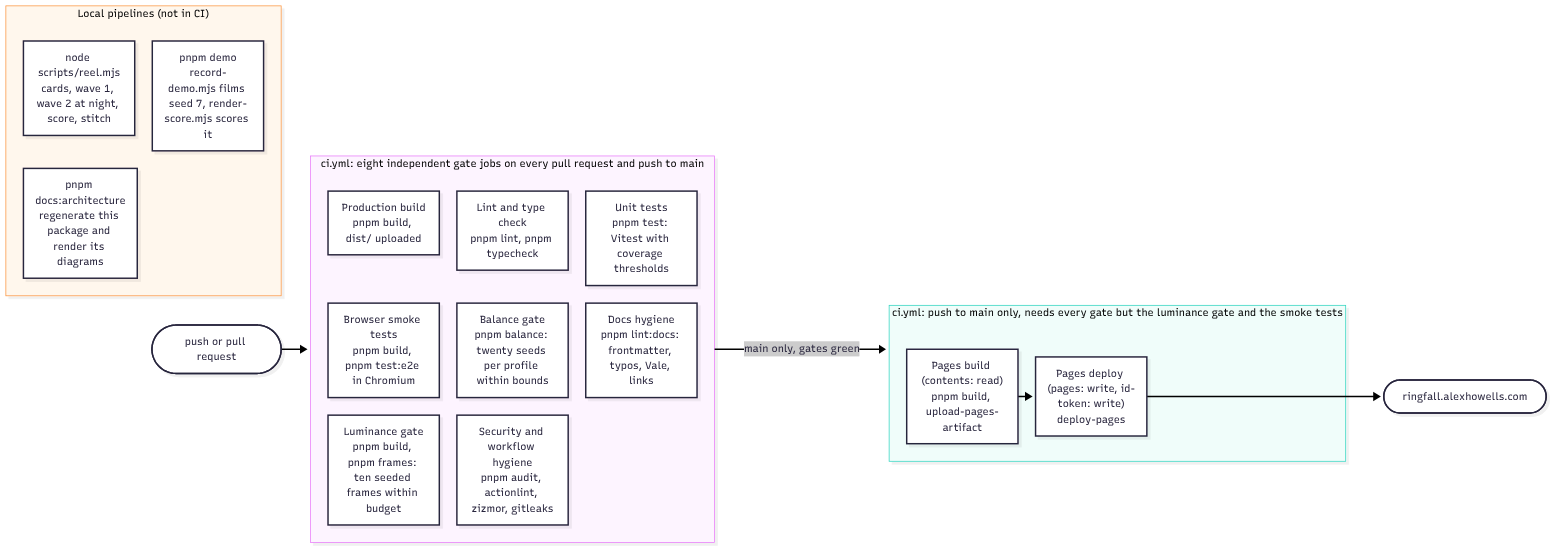
The Mermaid diagram docs/architecture/render/build.png in agh/ringfall, before a commit. Its source is kept beside it as docs/architecture/diagrams/build.mmd.
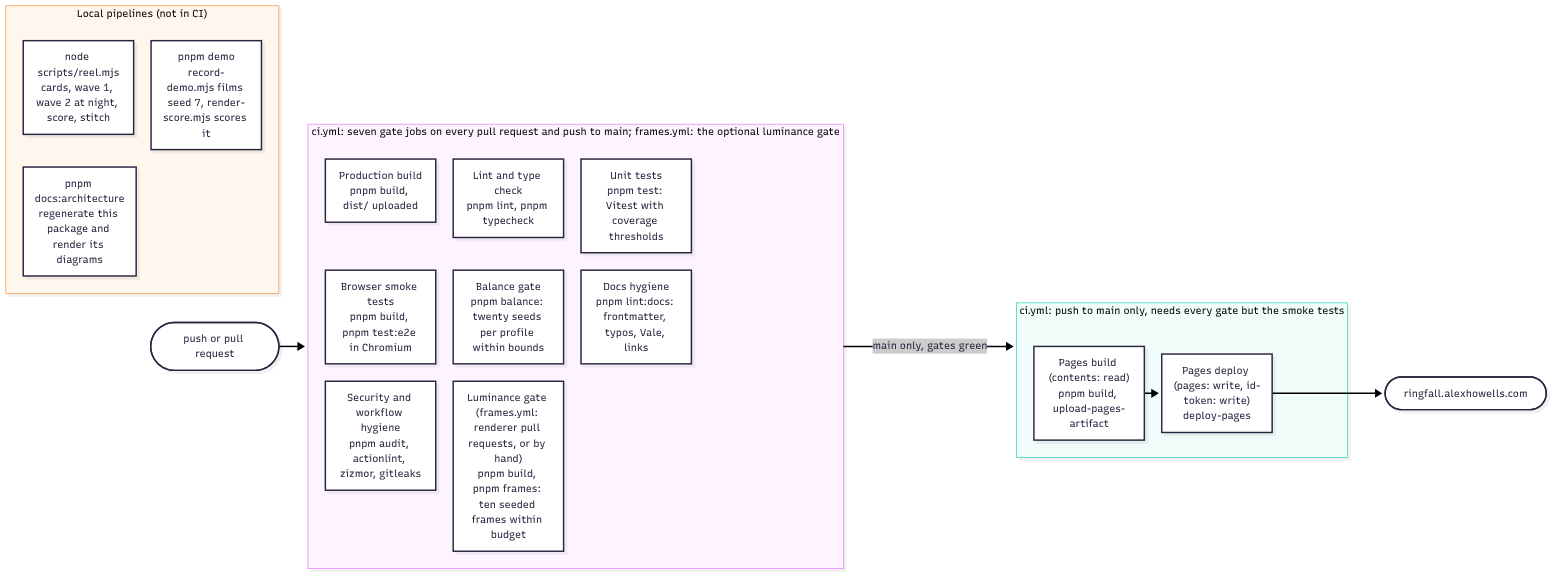
Later version of the same file.

Commit message:
docs: follow PR #104, the luminance gate as its own optional workflow

What changed in the source:
```diff
@@ -1,18 +1,18 @@
 %%{init: {"flowchart": {"curve": "basis"}} }%%
 flowchart LR
   push(["push or pull request"])
-  subgraph ciwf["ci.yml: eight independent gate jobs on every pull request and push to main"]
+  subgraph ciwf["ci.yml: seven gate jobs on every pull request and push to main; frames.yml: the optional luminance gate"]
     direction TB
     lint["Lint and type check<br/>pnpm lint, pnpm typecheck"]
     unit["Unit tests<br/>pnpm test: Vitest with coverage thresholds"]
     e2e["Browser smoke tests<br/>pnpm build, pnpm test:e2e in Chromium"]
-    frames["Luminance gate<br/>pnpm build, pnpm frames: ten seeded frames within budget"]
+    frames["Luminance gate (frames.yml: renderer pull requests, or by hand)<br/>pnpm build, pnpm frames: ten seeded frames within budget"]
     build["Production build<br/>pnpm build, dist/ uploaded"]
     balance["Balance gate<br/>pnpm balance: twenty seeds per profile within bounds"]
     docs["Docs hygiene<br/>pnpm lint:docs: frontmatter, typos, Vale, links"]
     security["Security and workflow hygiene<br/>pnpm audit, actionlint, zizmor, gitleaks"]
   end
-  subgraph pagewf["ci.yml: push to main only, needs every gate but the luminance gate and the smoke tests"]
+  subgraph pagewf["ci.yml: push to main only, needs every gate but the smoke tests"]
     direction TB
     pbuild["Pages build (contents: read)<br/>pnpm build, upload-pages-artifact"]
     pdeploy["Pages deploy (pages: write, id-token: write)<br/>deploy-pages"]
```
